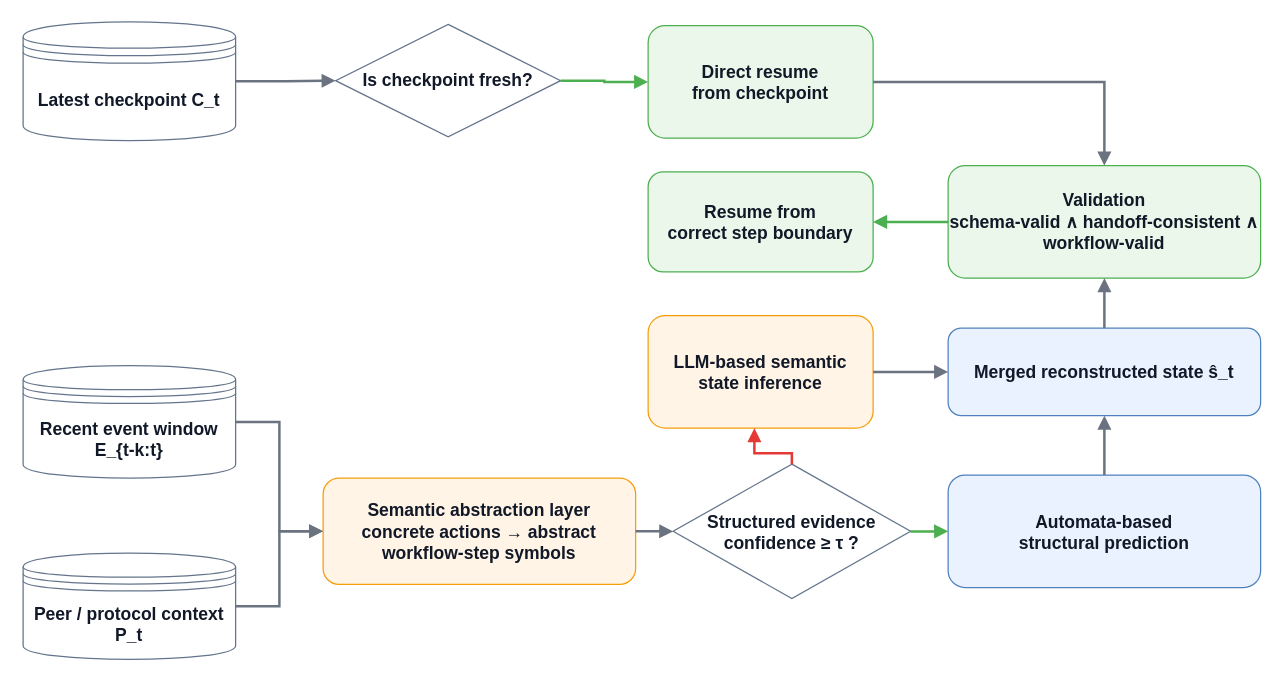
Earlier version of the draw.io diagram page "2_Hybrid_Pipeline_Flowchart" (2 of 5) of New Untitled Diagram.drawio (raselmahmud-coder/first-template). Source tidied: cells renumbered, new cells numbered last; positions are measured from the earlier drawing's top-left corner, leaving out a move shared by most shapes. Both pictures are drawn from the tidied source at 125%, with x=0, y=0 at pixel (22, 21).
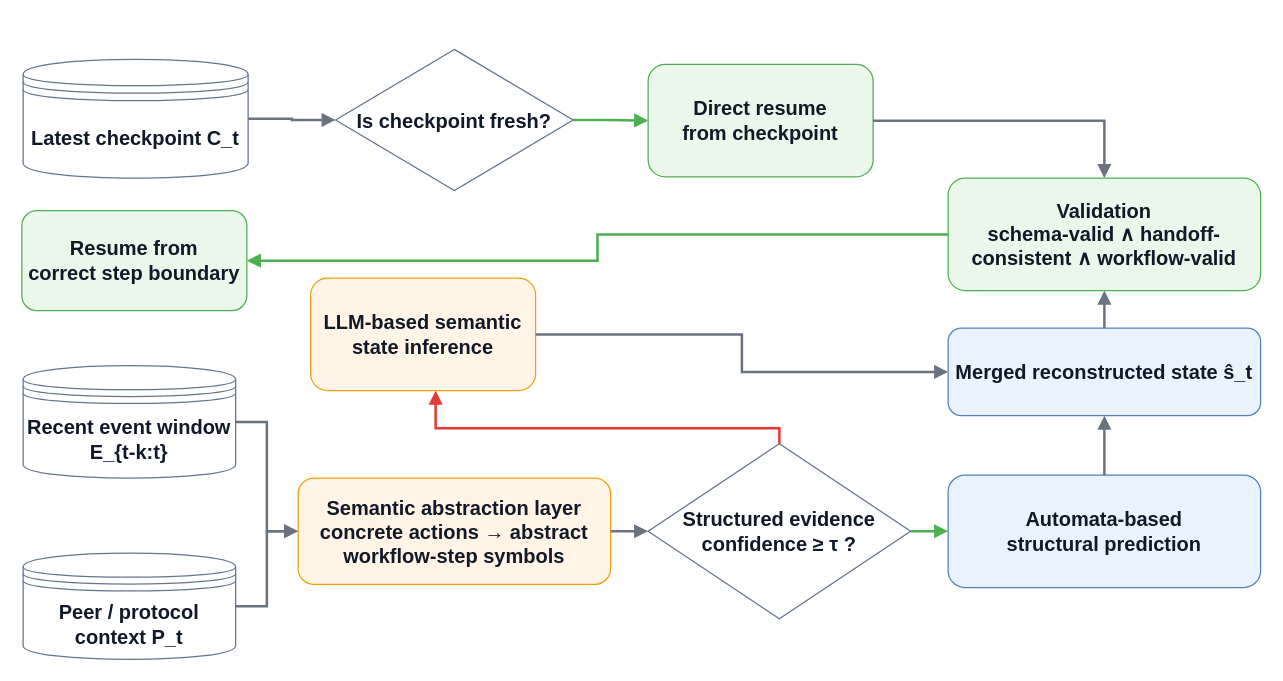
The same page after the edit.

Diff of the diagram source:
```diff
@@
-    <mxCell id="2" value="&lt;b&gt;&lt;font style=&quot;font-size: 14px;&quot;&gt;Latest checkpoint C_t&lt;/font&gt;&lt;/b&gt;" style="shape=datastore;whiteSpace=wrap;html=1;fillColor=#FFFFFF;strokeColor=#64748B;fontSize=12;fontColor=#111827;" parent="1" vertex="1">
-      <mxGeometry width="170" height="95" as="geometry" />
+    <mxCell id="2" value="&lt;b&gt;&lt;font style=&quot;font-size: 16px;&quot;&gt;Latest checkpoint C_t&lt;/font&gt;&lt;/b&gt;" style="shape=datastore;whiteSpace=wrap;html=1;fillColor=#FFFFFF;strokeColor=#64748B;fontSize=12;fontColor=#111827;" parent="1" vertex="1">
+      <mxGeometry y="30" width="180" height="95" as="geometry" />
     </mxCell>
-    <mxCell id="3" value="&lt;font style=&quot;font-size: 14px;&quot;&gt;&lt;b&gt;Recent event window E_{t-k:t}&lt;/b&gt;&lt;/font&gt;" style="shape=datastore;whiteSpace=wrap;html=1;fillColor=#FFFFFF;strokeColor=#64748B;fontSize=12;fontColor=#111827;" parent="1" vertex="1">
+    <mxCell id="3" value="&lt;font style=&quot;font-size: 16px;&quot;&gt;&lt;b style=&quot;&quot;&gt;Recent event window E_{t-k:t}&lt;/b&gt;&lt;/font&gt;" style="shape=datastore;whiteSpace=wrap;html=1;fillColor=#FFFFFF;strokeColor=#64748B;fontSize=12;fontColor=#111827;" parent="1" vertex="1">
       <mxGeometry y="275" width="170" height="90" as="geometry" />
     </mxCell>
-    <mxCell id="4" value="&lt;font style=&quot;font-size: 14px;&quot;&gt;&lt;b&gt;Peer / protocol context P_t&lt;/b&gt;&lt;/font&gt;" style="shape=datastore;whiteSpace=wrap;html=1;fillColor=#FFFFFF;strokeColor=#64748B;fontSize=12;fontColor=#111827;" parent="1" vertex="1">
+    <mxCell id="4" value="&lt;font style=&quot;font-size: 16px;&quot;&gt;&lt;b style=&quot;&quot;&gt;Peer / protocol context P_t&lt;/b&gt;&lt;/font&gt;" style="shape=datastore;whiteSpace=wrap;html=1;fillColor=#FFFFFF;strokeColor=#64748B;fontSize=12;fontColor=#111827;" parent="1" vertex="1">
       <mxGeometry y="425" width="170" height="85" as="geometry" />
     </mxCell>
-    <mxCell id="5" value="&lt;b&gt;&lt;font style=&quot;font-size: 14px;&quot;&gt;Is checkpoint fresh?&lt;/font&gt;&lt;/b&gt;" style="rhombus;whiteSpace=wrap;html=1;fillColor=#FFFFFF;strokeColor=#64748B;fontSize=12;fontColor=#111827;" parent="1" vertex="1">
-      <mxGeometry x="250" y="2" width="180" height="90" as="geometry" />
+    <mxCell id="5" value="&lt;b&gt;&lt;font style=&quot;font-size: 16px;&quot;&gt;Is checkpoint fresh?&lt;/font&gt;&lt;/b&gt;" style="rhombus;whiteSpace=wrap;html=1;fillColor=#FFFFFF;strokeColor=#64748B;fontSize=12;fontColor=#111827;" parent="1" vertex="1">
+      <mxGeometry x="250" y="22" width="190" height="113" as="geometry" />
     </mxCell>
-    <mxCell id="6" value="&lt;b&gt;&lt;font style=&quot;font-size: 14px;&quot;&gt;Direct resume&lt;br&gt;from checkpoint&lt;/font&gt;&lt;/b&gt;" style="rounded=1;whiteSpace=wrap;html=1;fillColor=#EAF7EA;strokeColor=#4CAF50;fontSize=13;fontColor=#111827;" parent="1" vertex="1">
-      <mxGeometry x="500" y="3" width="180" height="90" as="geometry" />
+    <mxCell id="6" value="&lt;b&gt;&lt;font style=&quot;font-size: 16px;&quot;&gt;Direct resume&lt;br&gt;from checkpoint&lt;/font&gt;&lt;/b&gt;" style="rounded=1;whiteSpace=wrap;html=1;fillColor=#EAF7EA;strokeColor=#4CAF50;fontSize=13;fontColor=#111827;" parent="1" vertex="1">
+      <mxGeometry x="500" y="34" width="180" height="90" as="geometry" />
     </mxCell>
-    <mxCell id="7" value="&lt;font style=&quot;font-size: 14px;&quot;&gt;&lt;b&gt;Semantic abstraction layer&lt;br&gt;concrete actions → abstract workflow-step symbols&lt;/b&gt;&lt;/font&gt;" style="rounded=1;whiteSpace=wrap;html=1;fillColor=#FFF4E5;strokeColor=#F59E0B;fontSize=13;fontColor=#111827;" parent="1" vertex="1">
-      <mxGeometry x="240" y="365" width="250" height="85" as="geometry" />
+    <mxCell id="7" value="&lt;font style=&quot;font-size: 16px;&quot;&gt;&lt;b style=&quot;&quot;&gt;Semantic abstraction layer&lt;br&gt;concrete actions → abstract workflow-step symbols&lt;/b&gt;&lt;/font&gt;" style="rounded=1;whiteSpace=wrap;html=1;fillColor=#FFF4E5;strokeColor=#F59E0B;fontSize=13;fontColor=#111827;" parent="1" vertex="1">
+      <mxGeometry x="220" y="365" width="250" height="85" as="geometry" />
     </mxCell>
-    <mxCell id="8" value="&lt;font style=&quot;font-size: 14px;&quot;&gt;&lt;b&gt;Structured evidence&lt;br&gt;confidence ≥ τ ?&lt;/b&gt;&lt;/font&gt;" style="rhombus;whiteSpace=wrap;html=1;fillColor=#FFFFFF;strokeColor=#64748B;fontSize=12;fontColor=#111827;" parent="1" vertex="1">
-      <mxGeometry x="520" y="353.8" width="190" height="107.5" as="geometry" />
+    <mxCell id="8" value="&lt;font style=&quot;font-size: 16px;&quot;&gt;&lt;b style=&quot;&quot;&gt;Structured evidence&lt;br&gt;confidence ≥ τ ?&lt;/b&gt;&lt;/font&gt;" style="rhombus;whiteSpace=wrap;html=1;fillColor=#FFFFFF;strokeColor=#64748B;fontSize=12;fontColor=#111827;" parent="1" vertex="1">
+      <mxGeometry x="500" y="337.5" width="210" height="140" as="geometry" />
     </mxCell>
-    <mxCell id="9" value="&lt;b&gt;&lt;font style=&quot;font-size: 14px;&quot;&gt;Automata-based&lt;br&gt;structural prediction&lt;/font&gt;&lt;/b&gt;" style="rounded=1;whiteSpace=wrap;html=1;fillColor=#EAF2FF;strokeColor=#4F81BD;fontSize=13;fontColor=#111827;" parent="1" vertex="1">
+    <mxCell id="9" value="&lt;b&gt;&lt;font style=&quot;font-size: 16px;&quot;&gt;Automata-based&lt;br&gt;structural prediction&lt;/font&gt;&lt;/b&gt;" style="rounded=1;whiteSpace=wrap;html=1;fillColor=#EAF2FF;strokeColor=#4F81BD;fontSize=13;fontColor=#111827;" parent="1" vertex="1">
       <mxGeometry x="740" y="362.5" width="250" height="90" as="geometry" />
     </mxCell>
-    <mxCell id="10" value="&lt;font style=&quot;font-size: 14px;&quot;&gt;&lt;b&gt;LLM-based semantic&lt;br&gt;state inference&lt;/b&gt;&lt;/font&gt;" style="rounded=1;whiteSpace=wrap;html=1;fillColor=#FFF4E5;strokeColor=#F59E0B;fontSize=13;fontColor=#111827;" parent="1" vertex="1">
-      <mxGeometry x="500" y="235" width="180" height="90" as="geometry" />
+    <mxCell id="10" value="&lt;font style=&quot;font-size: 16px;&quot;&gt;&lt;b style=&quot;&quot;&gt;LLM-based semantic&lt;br&gt;state inference&lt;/b&gt;&lt;/font&gt;" style="rounded=1;whiteSpace=wrap;html=1;fillColor=#FFF4E5;strokeColor=#F59E0B;fontSize=13;fontColor=#111827;" parent="1" vertex="1">
+      <mxGeometry x="230" y="205" width="180" height="90" as="geometry" />
     </mxCell>
-    <mxCell id="11" value="&lt;font style=&quot;font-size: 14px;&quot;&gt;&lt;b&gt;Merged reconstructed state  ŝ_t&lt;/b&gt;&lt;/font&gt;" style="rounded=1;whiteSpace=wrap;html=1;fillColor=#EAF2FF;strokeColor=#4F81BD;fontSize=13;fontColor=#111827;" parent="1" vertex="1">
+    <mxCell id="11" value="&lt;font style=&quot;font-size: 16px;&quot;&gt;&lt;b style=&quot;&quot;&gt;Merged reconstructed state  ŝ_t&lt;/b&gt;&lt;/font&gt;" style="rounded=1;whiteSpace=wrap;html=1;fillColor=#EAF2FF;strokeColor=#4F81BD;fontSize=13;fontColor=#111827;" parent="1" vertex="1">
       <mxGeometry x="740" y="245" width="250" height="70" as="geometry" />
     </mxCell>
-    <mxCell id="12" value="&lt;b&gt;&lt;font style=&quot;font-size: 14px;&quot;&gt;Validation&lt;br&gt;schema-valid ∧ handoff-consistent ∧ workflow-valid&lt;/font&gt;&lt;/b&gt;" style="rounded=1;whiteSpace=wrap;html=1;fillColor=#EAF7EA;strokeColor=#4CAF50;fontSize=13;fontColor=#111827;" parent="1" vertex="1">
-      <mxGeometry x="740" y="115" width="250" height="90" as="geometry" />
+    <mxCell id="12" value="&lt;b&gt;&lt;font style=&quot;font-size: 16px;&quot;&gt;Validation&lt;br&gt;schema-valid ∧ handoff-consistent ∧ workflow-valid&lt;/font&gt;&lt;/b&gt;" style="rounded=1;whiteSpace=wrap;html=1;fillColor=#EAF7EA;strokeColor=#4CAF50;fontSize=13;fontColor=#111827;" parent="1" vertex="1">
+      <mxGeometry x="740" y="125" width="250" height="90" as="geometry" />
     </mxCell>
-    <mxCell id="13" value="&lt;font style=&quot;font-size: 14px;&quot;&gt;&lt;b&gt;Resume from&lt;br&gt;correct step boundary&lt;/b&gt;&lt;/font&gt;" style="rounded=1;whiteSpace=wrap;html=1;fillColor=#EAF7EA;strokeColor=#4CAF50;fontSize=13;fontColor=#111827;" parent="1" vertex="1">
-      <mxGeometry x="500" y="120" width="180" height="80" as="geometry" />
+    <mxCell id="13" value="&lt;font style=&quot;font-size: 16px;&quot;&gt;&lt;b style=&quot;&quot;&gt;Resume from&lt;br&gt;correct step boundary&lt;/b&gt;&lt;/font&gt;" style="rounded=1;whiteSpace=wrap;html=1;fillColor=#EAF7EA;strokeColor=#4CAF50;fontSize=13;fontColor=#111827;" parent="1" vertex="1">
+      <mxGeometry x="-1" y="151" width="180" height="80" as="geometry" />
     </mxCell>
@@
     <mxCell id="20" style="edgeStyle=orthogonalEdgeStyle;rounded=0;jettySize=auto;html=1;endArrow=block;endFill=1;strokeColor=#E53935;strokeWidth=2;exitX=0.5;exitY=0;exitDx=0;exitDy=0;" parent="1" edge="1" source="8" target="10">
       <mxGeometry relative="1" as="geometry">
         <Array as="points">
-          <mxPoint x="615" y="345" />
-          <mxPoint x="585" y="345" />
+          <mxPoint x="605" y="325" />
+          <mxPoint x="330" y="325" />
         </Array>
       </mxGeometry>
     </mxCell>
```
